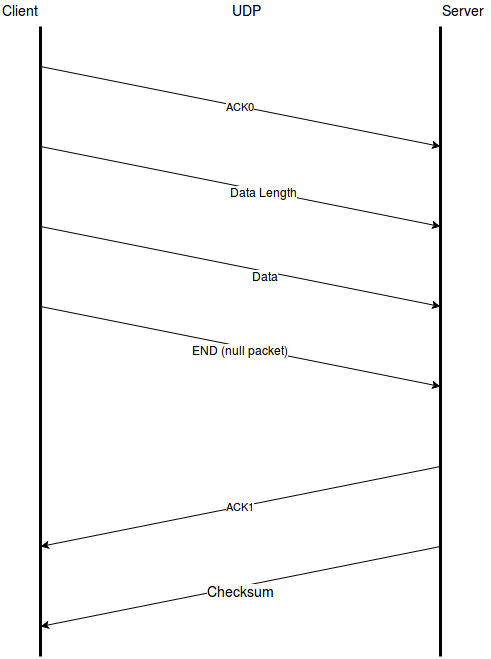
Above: FTv2/docs/img/TFv2_Diagram.png in caffedrine/FileTransfer_UnixSockets (draw.io), before the change. Source tidied: cells renumbered, new cells last; positions are measured from the earlier drawing's top-left corner, leaving out a move shared by most shapes.
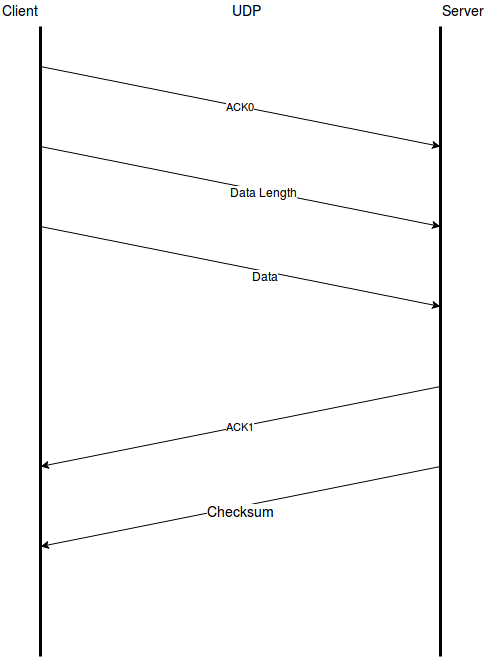
The same file after the commit.

Commit message:
dataflow diagram added

Change to the diagram source:
```diff
@@ -28,8 +28,8 @@
     </mxCell>
     <mxCell id="7" value="ACK1" style="endArrow=classic;html=1;" parent="1" edge="1">
       <mxGeometry relative="1" as="geometry">
-        <mxPoint x="440" y="466" as="sourcePoint" />
-        <mxPoint x="40" y="546" as="targetPoint" />
+        <mxPoint x="440" y="386" as="sourcePoint" />
+        <mxPoint x="40" y="466" as="targetPoint" />
       </mxGeometry>
     </mxCell>
     <mxCell id="8" style="endArrow=classic;html=1;" parent="1" edge="1">
@@ -50,22 +50,13 @@
     <mxCell id="11" value="Data" style="text;html=1;align=center;verticalAlign=middle;labelBackgroundColor=#ffffff;" parent="10" vertex="1">
       <mxGeometry x="0.13" y="-4" relative="1" as="geometry" />
     </mxCell>
-    <mxCell id="12" style="endArrow=classic;html=1;" parent="1" edge="1">
-      <mxGeometry relative="1" as="geometry">
-        <mxPoint x="40" y="306" as="sourcePoint" />
-        <mxPoint x="440" y="386" as="targetPoint" />
-      </mxGeometry>
-    </mxCell>
-    <mxCell id="13" value="END (null packet)" style="text;html=1;align=center;verticalAlign=middle;labelBackgroundColor=#ffffff;" parent="12" vertex="1">
-      <mxGeometry y="-4" relative="1" as="geometry" />
-    </mxCell>
     <mxCell id="14" value="UDP" style="text;html=1;align=left;verticalAlign=top;spacingTop=-4;fontSize=14;" parent="1" vertex="1">
       <mxGeometry x="230" width="40" height="20" as="geometry" />
     </mxCell>
     <mxCell id="15" style="endArrow=classic;html=1;shadow=0;strokeWidth=1;fontSize=14;" parent="1" edge="1">
       <mxGeometry relative="1" as="geometry">
-        <mxPoint x="440" y="546" as="sourcePoint" />
-        <mxPoint x="40" y="626" as="targetPoint" />
+        <mxPoint x="440" y="466" as="sourcePoint" />
+        <mxPoint x="40" y="546" as="targetPoint" />
       </mxGeometry>
     </mxCell>
     <mxCell id="16" value="Checksum" style="text;html=1;align=center;verticalAlign=middle;labelBackgroundColor=#ffffff;fontSize=14;" parent="15" vertex="1">
```
